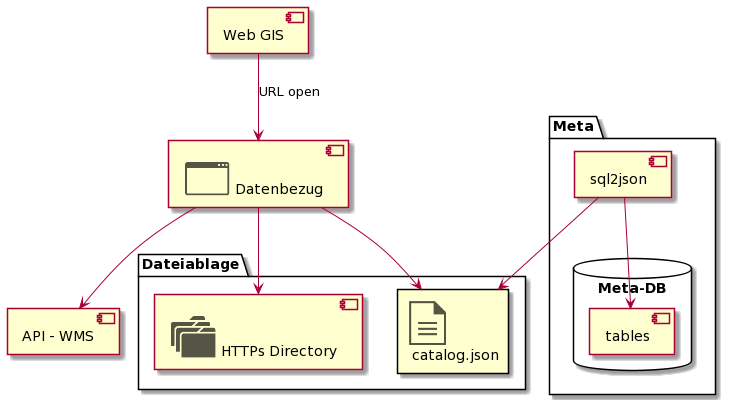
Earlier version of the PlantUML export res/datenbezug.png (sogis/p-datenbezug). Source of this version:
```plantuml
@startuml
!include <tupadr3/common>
!define ICONURL https://raw.githubusercontent.com/Roemer/plantuml-office/master/office2014
!includeurl ICONURL/Concepts/documents.puml
!includeurl ICONURL/Concepts/document.puml
!includeurl ICONURL/Concepts/application_generic.puml
!includeurl ICONURL/Concepts/folders.puml

[Web GIS] as wgc
[<$application_generic> Datenbezug] as db

package "Dateiablage"{
    [<$folders> HTTPs Directory] as http
    OFF_DOCUMENT(cat, catalog.json)
}

package "Meta" {
    database "Meta-DB" {
        [tables] as tbl
    }

    [sql2json] as sj

    sj --> tbl
}

[API - WMS] as wms

wgc --> db : URL open
db --> http
db --> cat
db --> wms

sj --> cat
@enduml
```
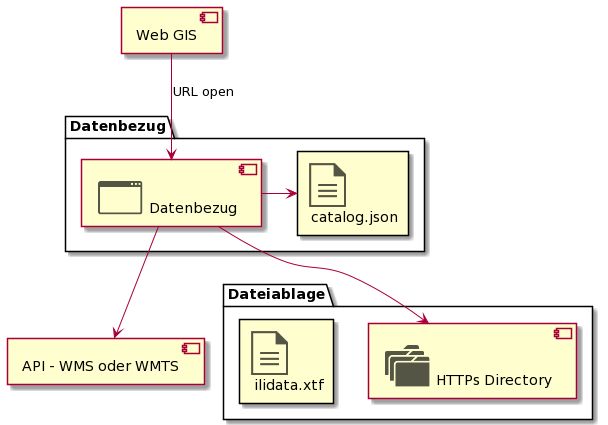
The same diagram one commit later.

Change to the diagram source:
```diff
@@ -7,29 +7,25 @@
 !includeurl ICONURL/Concepts/folders.puml
 
 [Web GIS] as wgc
-[<$application_generic> Datenbezug] as db
+
+package Datenbezug{
+    [<$application_generic> Datenbezug] as db
+    OFF_DOCUMENT(cat, catalog.json)
+
+    db -right-> cat
+}
+
 
 package "Dateiablage"{
     [<$folders> HTTPs Directory] as http
-    OFF_DOCUMENT(cat, catalog.json)
+    OFF_DOCUMENT(ilicat, ilidata.xtf)
 }
 
-package "Meta" {
-    database "Meta-DB" {
-        [tables] as tbl
-    }
 
-    [sql2json] as sj
 
-    sj --> tbl
-}
-
-[API - WMS] as wms
+[API - WMS oder WMTS] as wms
 
 wgc --> db : URL open
 db --> http
-db --> cat
 db --> wms
-
-sj --> cat
 @enduml
```
